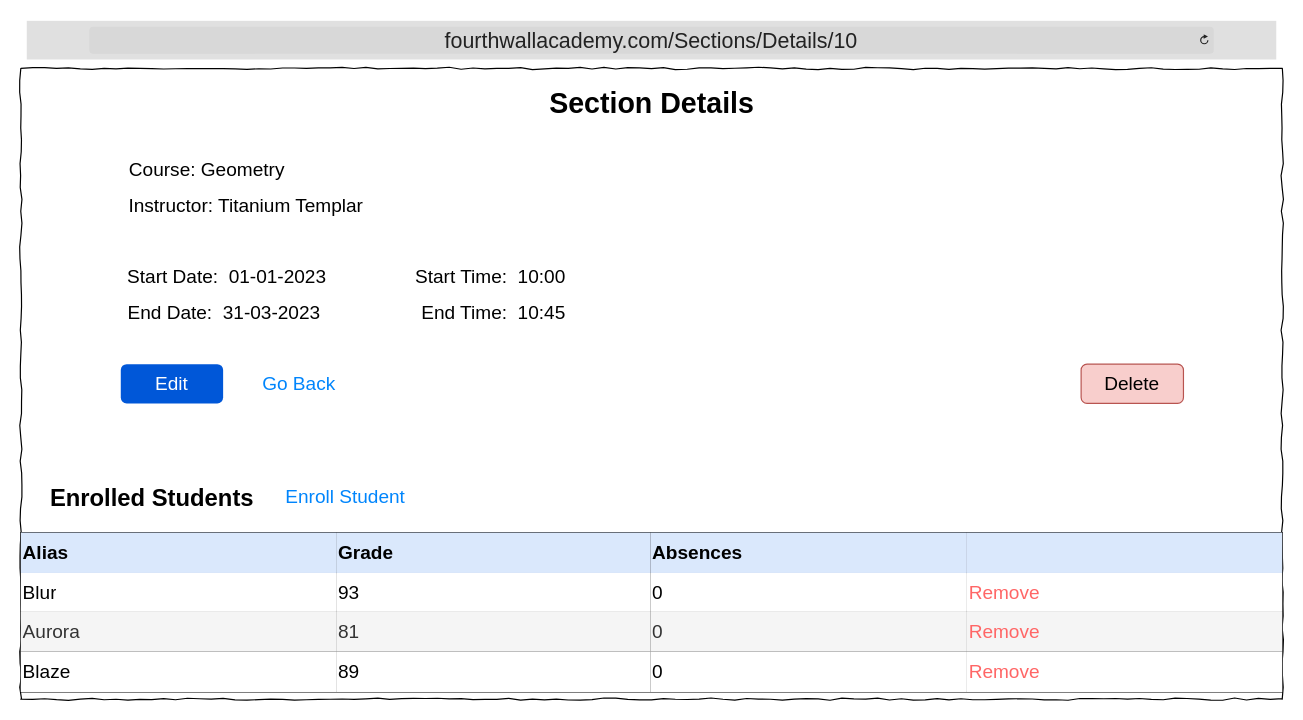
The draw.io diagram page "Page-1" (1 of 2) of DesignDocument/Wireframes/4hWallAcademy_Sections_Details.drawio in TRed91/4thWallAcademy, before the edit. Source tidied: cells renumbered, new cells numbered last; positions are measured from the earlier drawing's top-left corner, leaving out a move shared by most shapes. Both pictures are drawn from the tidied source at 119%, with x=0, y=0 at pixel (20, 20).
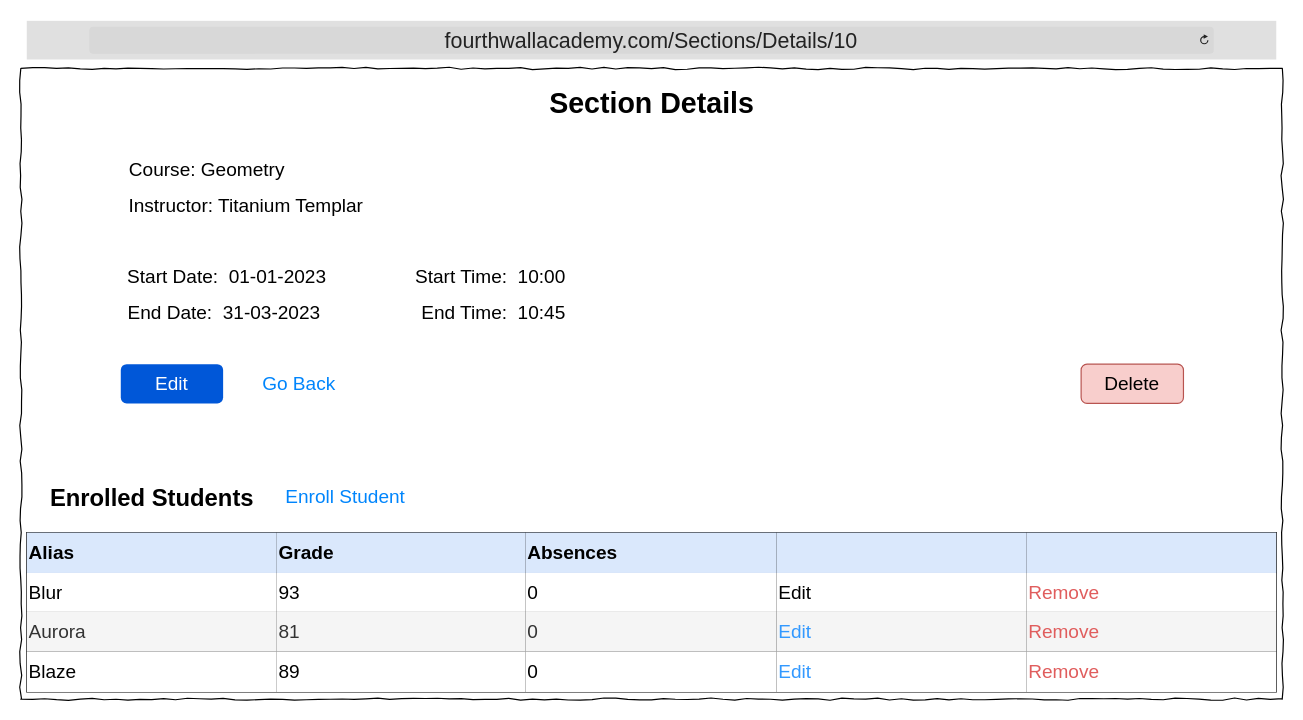
Above is the later version.

The edit, as a diff of the source:
```diff
@@
     <mxCell id="14" style="shape=table;startSize=0;childLayout=tableLayout;strokeColor=default;fontSize=16;fontStyle=1;" parent="1" vertex="1">
-      <mxGeometry y="430" width="1060" height="134" as="geometry" />
+      <mxGeometry x="5" y="430" width="1050" height="134" as="geometry" />
     </mxCell>
     <mxCell id="15" style="shape=tableRow;horizontal=0;startSize=0;swimlaneHead=0;swimlaneBody=0;strokeColor=inherit;top=0;left=0;bottom=0;right=0;fillColor=none;fontSize=16;" parent="14" vertex="1">
-      <mxGeometry width="1060" height="34" as="geometry" />
+      <mxGeometry width="1050" height="34" as="geometry" />
     </mxCell>
     <mxCell id="16" value="&lt;b&gt;Alias&lt;/b&gt;" style="shape=partialRectangle;html=1;whiteSpace=wrap;overflow=hidden;top=0;left=0;bottom=0;right=0;fontSize=16;fillColor=#dae8fc;strokeColor=#6c8ebf;align=left;" parent="15" vertex="1">
-      <mxGeometry width="265" height="34" as="geometry" />
+      <mxGeometry width="210" height="34" as="geometry" />
     </mxCell>
     <mxCell id="17" value="&lt;b&gt;Grade&lt;/b&gt;" style="shape=partialRectangle;html=1;whiteSpace=wrap;overflow=hidden;top=0;left=0;bottom=0;right=0;fontSize=16;fillColor=#dae8fc;strokeColor=#6c8ebf;align=left;" parent="15" vertex="1">
-      <mxGeometry x="265" width="264" height="34" as="geometry" />
+      <mxGeometry x="210" width="209" height="34" as="geometry" />
     </mxCell>
     <mxCell id="18" value="&lt;b&gt;Absences&lt;/b&gt;" style="shape=partialRectangle;html=1;whiteSpace=wrap;overflow=hidden;top=0;left=0;bottom=0;right=0;fontSize=16;fillColor=#dae8fc;strokeColor=#6c8ebf;align=left;" parent="15" vertex="1">
-      <mxGeometry x="529" width="266" height="34" as="geometry" />
+      <mxGeometry x="419" width="211" height="34" as="geometry" />
     </mxCell>
     <mxCell id="19" style="shape=partialRectangle;html=1;whiteSpace=wrap;overflow=hidden;top=0;left=0;bottom=0;right=0;fontSize=16;fillColor=#dae8fc;strokeColor=#6c8ebf;align=left;" parent="15" vertex="1">
-      <mxGeometry x="795" width="265" height="34" as="geometry" />
+      <mxGeometry x="630" width="210" height="34" as="geometry" />
     </mxCell>
+    <mxCell id="37" style="shape=partialRectangle;html=1;whiteSpace=wrap;overflow=hidden;top=0;left=0;bottom=0;right=0;fontSize=16;fillColor=#dae8fc;strokeColor=#6c8ebf;align=left;" parent="15" vertex="1">
+      <mxGeometry x="840" width="210" height="34" as="geometry" />
+    </mxCell>
     <mxCell id="20" style="shape=tableRow;horizontal=0;startSize=0;swimlaneHead=0;swimlaneBody=0;strokeColor=inherit;top=0;left=0;bottom=0;right=0;fillColor=none;fontSize=16;" parent="14" vertex="1">
-      <mxGeometry y="34" width="1060" height="32" as="geometry" />
+      <mxGeometry y="34" width="1050" height="32" as="geometry" />
     </mxCell>
     <mxCell id="21" value="Blur" style="shape=partialRectangle;html=1;whiteSpace=wrap;overflow=hidden;top=0;left=0;bottom=0;right=0;fontSize=16;align=left;" parent="20" vertex="1">
-      <mxGeometry width="265" height="32" as="geometry" />
+      <mxGeometry width="210" height="32" as="geometry" />
     </mxCell>
     <mxCell id="22" value="93" style="shape=partialRectangle;html=1;whiteSpace=wrap;overflow=hidden;top=0;left=0;bottom=0;right=0;fontSize=16;align=left;" parent="20" vertex="1">
-      <mxGeometry x="265" width="264" height="32" as="geometry" />
+      <mxGeometry x="210" width="209" height="32" as="geometry" />
     </mxCell>
     <mxCell id="23" value="0" style="shape=partialRectangle;html=1;whiteSpace=wrap;overflow=hidden;top=0;left=0;bottom=0;right=0;fontSize=16;align=left;" parent="20" vertex="1">
-      <mxGeometry x="529" width="266" height="32" as="geometry" />
+      <mxGeometry x="419" width="211" height="32" as="geometry" />
     </mxCell>
-    <mxCell id="24" value="&lt;font color=&quot;#ff6666&quot;&gt;Remove&lt;/font&gt;" style="shape=partialRectangle;html=1;whiteSpace=wrap;overflow=hidden;top=0;left=0;bottom=0;right=0;fontSize=16;align=left;" parent="20" vertex="1">
-      <mxGeometry x="795" width="265" height="32" as="geometry" />
+    <mxCell id="24" value="&lt;font style=&quot;color: light-dark(rgb(0, 0, 0), rgb(51, 153, 255));&quot;&gt;Edit&lt;/font&gt;" style="shape=partialRectangle;html=1;whiteSpace=wrap;overflow=hidden;top=0;left=0;bottom=0;right=0;fontSize=16;align=left;" parent="20" vertex="1">
+      <mxGeometry x="630" width="210" height="32" as="geometry" />
     </mxCell>
+    <mxCell id="38" value="&lt;span style=&quot;color: rgb(224, 93, 93);&quot;&gt;Remove&lt;/span&gt;" style="shape=partialRectangle;html=1;whiteSpace=wrap;overflow=hidden;top=0;left=0;bottom=0;right=0;fontSize=16;align=left;" parent="20" vertex="1">
+      <mxGeometry x="840" width="210" height="32" as="geometry" />
+    </mxCell>
     <mxCell id="25" style="shape=tableRow;horizontal=0;startSize=0;swimlaneHead=0;swimlaneBody=0;strokeColor=inherit;top=0;left=0;bottom=0;right=0;fillColor=none;fontSize=16;" parent="14" vertex="1">
-      <mxGeometry y="66" width="1060" height="34" as="geometry" />
+      <mxGeometry y="66" width="1050" height="34" as="geometry" />
     </mxCell>
     <mxCell id="26" value="Aurora" style="shape=partialRectangle;html=1;whiteSpace=wrap;overflow=hidden;top=0;left=0;bottom=0;right=0;fontSize=16;fillColor=#f5f5f5;fontColor=#333333;strokeColor=#666666;align=left;" parent="25" vertex="1">
-      <mxGeometry width="265" height="34" as="geometry" />
+      <mxGeometry width="210" height="34" as="geometry" />
     </mxCell>
     <mxCell id="27" value="81" style="shape=partialRectangle;html=1;whiteSpace=wrap;overflow=hidden;top=0;left=0;bottom=0;right=0;fontSize=16;fillColor=#f5f5f5;fontColor=#333333;strokeColor=#666666;align=left;" parent="25" vertex="1">
-      <mxGeometry x="265" width="264" height="34" as="geometry" />
+      <mxGeometry x="210" width="209" height="34" as="geometry" />
     </mxCell>
     <mxCell id="28" value="0" style="shape=partialRectangle;html=1;whiteSpace=wrap;overflow=hidden;top=0;left=0;bottom=0;right=0;fontSize=16;fillColor=#f5f5f5;fontColor=#333333;strokeColor=#666666;align=left;" parent="25" vertex="1">
-      <mxGeometry x="529" width="266" height="34" as="geometry" />
+      <mxGeometry x="419" width="211" height="34" as="geometry" />
     </mxCell>
-    <mxCell id="29" value="&lt;font color=&quot;#ff6666&quot;&gt;Remove&lt;/font&gt;" style="shape=partialRectangle;html=1;whiteSpace=wrap;overflow=hidden;top=0;left=0;bottom=0;right=0;fontSize=16;fillColor=#f5f5f5;fontColor=#333333;strokeColor=#666666;align=left;" parent="25" vertex="1">
-      <mxGeometry x="795" width="265" height="34" as="geometry" />
+    <mxCell id="29" value="&lt;span style=&quot;color: rgb(51, 153, 255);&quot;&gt;Edit&lt;/span&gt;" style="shape=partialRectangle;html=1;whiteSpace=wrap;overflow=hidden;top=0;left=0;bottom=0;right=0;fontSize=16;fillColor=#f5f5f5;fontColor=#333333;strokeColor=#666666;align=left;" parent="25" vertex="1">
+      <mxGeometry x="630" width="210" height="34" as="geometry" />
     </mxCell>
+    <mxCell id="39" value="&lt;span style=&quot;color: rgb(224, 93, 93);&quot;&gt;Remove&lt;/span&gt;" style="shape=partialRectangle;html=1;whiteSpace=wrap;overflow=hidden;top=0;left=0;bottom=0;right=0;fontSize=16;fillColor=#f5f5f5;fontColor=#333333;strokeColor=#666666;align=left;" parent="25" vertex="1">
+      <mxGeometry x="840" width="210" height="34" as="geometry" />
+    </mxCell>
     <mxCell id="30" style="shape=tableRow;horizontal=0;startSize=0;swimlaneHead=0;swimlaneBody=0;strokeColor=inherit;top=0;left=0;bottom=0;right=0;fillColor=none;fontSize=16;" parent="14" vertex="1">
-      <mxGeometry y="100" width="1060" height="34" as="geometry" />
+      <mxGeometry y="100" width="1050" height="34" as="geometry" />
     </mxCell>
     <mxCell id="31" value="Blaze" style="shape=partialRectangle;html=1;whiteSpace=wrap;overflow=hidden;top=0;left=0;bottom=0;right=0;fontSize=16;align=left;" parent="30" vertex="1">
-      <mxGeometry width="265" height="34" as="geometry" />
+      <mxGeometry width="210" height="34" as="geometry" />
     </mxCell>
     <mxCell id="32" value="89" style="shape=partialRectangle;html=1;whiteSpace=wrap;overflow=hidden;top=0;left=0;bottom=0;right=0;fontSize=16;align=left;" parent="30" vertex="1">
-      <mxGeometry x="265" width="264" height="34" as="geometry" />
+      <mxGeometry x="210" width="209" height="34" as="geometry" />
     </mxCell>
     <mxCell id="33" value="0" style="shape=partialRectangle;html=1;whiteSpace=wrap;overflow=hidden;top=0;left=0;bottom=0;right=0;fontSize=16;align=left;" parent="30" vertex="1">
-      <mxGeometry x="529" width="266" height="34" as="geometry" />
+      <mxGeometry x="419" width="211" height="34" as="geometry" />
     </mxCell>
-    <mxCell id="34" value="&lt;font color=&quot;#ff6666&quot;&gt;Remove&lt;/font&gt;" style="shape=partialRectangle;html=1;whiteSpace=wrap;overflow=hidden;top=0;left=0;bottom=0;right=0;fontSize=16;align=left;" parent="30" vertex="1">
-      <mxGeometry x="795" width="265" height="34" as="geometry" />
+    <mxCell id="34" value="&lt;span style=&quot;color: rgb(51, 153, 255);&quot;&gt;Edit&lt;/span&gt;" style="shape=partialRectangle;html=1;whiteSpace=wrap;overflow=hidden;top=0;left=0;bottom=0;right=0;fontSize=16;align=left;" parent="30" vertex="1">
+      <mxGeometry x="630" width="210" height="34" as="geometry" />
     </mxCell>
+    <mxCell id="40" value="&lt;span style=&quot;color: rgb(224, 93, 93);&quot;&gt;Remove&lt;/span&gt;" style="shape=partialRectangle;html=1;whiteSpace=wrap;overflow=hidden;top=0;left=0;bottom=0;right=0;fontSize=16;align=left;" parent="30" vertex="1">
+      <mxGeometry x="840" width="210" height="34" as="geometry" />
+    </mxCell>
```
